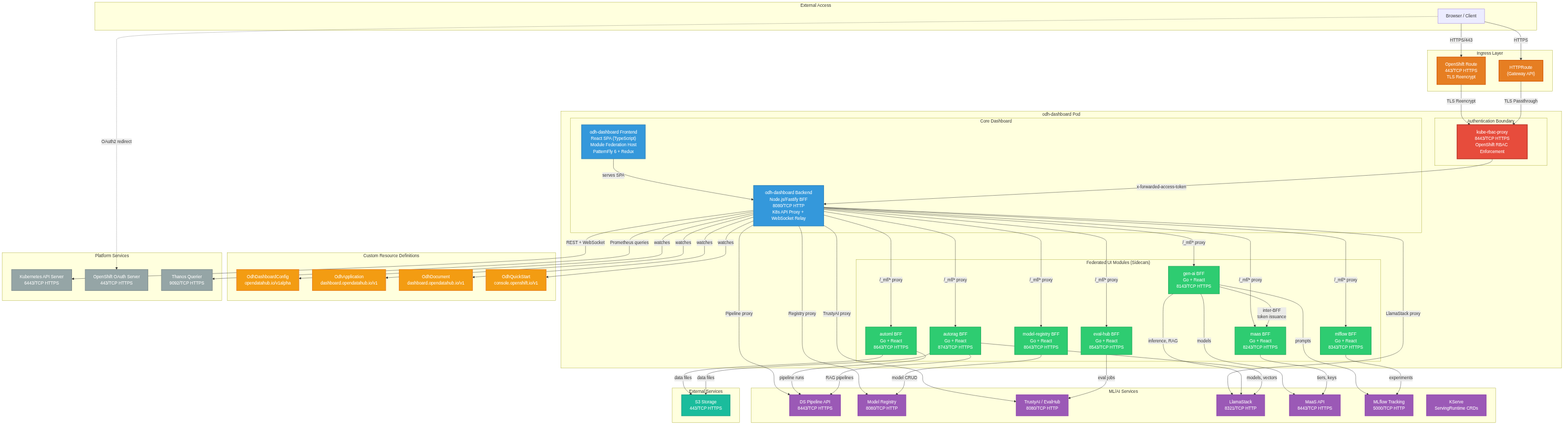
Before: architecture/rhoai.next/diagrams/odh-dashboard-component.png, a diagram exported from Mermaid (rhuss/architecture-context). Its source is kept beside it as architecture/rhoai.next/diagrams/odh-dashboard-component.mmd. Source of this version:
```mermaid
graph TB
    subgraph External["External Access"]
        Browser[Browser / Client]
    end

    subgraph IngressLayer["Ingress Layer"]
        Route["OpenShift Route<br/>443/TCP HTTPS<br/>TLS Reencrypt"]
        HTTPRoute["HTTPRoute<br/>(Gateway API)"]
    end

    subgraph Pod["odh-dashboard Pod"]
        direction TB

        subgraph AuthProxy["Authentication Boundary"]
            KRBP["kube-rbac-proxy<br/>8443/TCP HTTPS<br/>OpenShift RBAC Enforcement"]
        end

        subgraph CoreDashboard["Core Dashboard"]
            Frontend["odh-dashboard Frontend<br/>React SPA (TypeScript)<br/>Module Federation Host<br/>PatternFly 6 + Redux"]
            Backend["odh-dashboard Backend<br/>Node.js/Fastify BFF<br/>8080/TCP HTTP<br/>K8s API Proxy + WebSocket Relay"]
            Frontend -->|"serves SPA"| Backend
        end

        subgraph FederatedModules["Federated UI Modules (Sidecars)"]
            GenAI["gen-ai BFF<br/>Go + React<br/>8143/TCP HTTPS"]
            MaaS["maas BFF<br/>Go + React<br/>8243/TCP HTTPS"]
            AutoML["automl BFF<br/>Go + React<br/>8643/TCP HTTPS"]
            AutoRAG["autorag BFF<br/>Go + React<br/>8743/TCP HTTPS"]
            EvalHub["eval-hub BFF<br/>Go + React<br/>8543/TCP HTTPS"]
            MLflow["mlflow BFF<br/>Go + React<br/>8343/TCP HTTPS"]
            ModelReg["model-registry BFF<br/>Go + React<br/>8043/TCP HTTPS"]
        end

        KRBP -->|"x-forwarded-access-token"| Backend
        Backend -->|"/_mf/* proxy"| GenAI
        Backend -->|"/_mf/* proxy"| MaaS
        Backend -->|"/_mf/* proxy"| AutoML
        Backend -->|"/_mf/* proxy"| AutoRAG
        Backend -->|"/_mf/* proxy"| EvalHub
        Backend -->|"/_mf/* proxy"| MLflow
        Backend -->|"/_mf/* proxy"| ModelReg
        GenAI -->|"inter-BFF<br/>token issuance"| MaaS
    end

    subgraph CRDs["Custom Resource Definitions"]
        OdhDashboardConfig["OdhDashboardConfig<br/>opendatahub.io/v1alpha"]
        OdhApplication["OdhApplication<br/>dashboard.opendatahub.io/v1"]
        OdhDocument["OdhDocument<br/>dashboard.opendatahub.io/v1"]
        OdhQuickStart["OdhQuickStart<br/>console.openshift.io/v1"]
    end

    subgraph PlatformServices["Platform Services"]
        K8sAPI["Kubernetes API Server<br/>6443/TCP HTTPS"]
        OAuth["OpenShift OAuth Server<br/>443/TCP HTTPS"]
        Thanos["Thanos Querier<br/>9092/TCP HTTPS"]
    end

    subgraph MLServices["ML/AI Services"]
        DSPipelines["DS Pipeline API<br/>8443/TCP HTTPS"]
        ModelRegSvc["Model Registry<br/>8080/TCP HTTP"]
        TrustyAI["TrustyAI / EvalHub<br/>8080/TCP HTTP"]
        LlamaStack["LlamaStack<br/>8321/TCP HTTP"]
        MaaSAPI["MaaS API<br/>8443/TCP HTTPS"]
        MLflowSvc["MLflow Tracking<br/>5000/TCP HTTP"]
        KServe["KServe<br/>ServingRuntime CRDs"]
    end

    subgraph ExternalSvc["External Services"]
        S3["S3 Storage<br/>443/TCP HTTPS"]
    end

    Browser -->|"HTTPS/443"| Route
    Browser -->|"HTTPS"| HTTPRoute
    Route -->|"TLS Reencrypt"| KRBP
    HTTPRoute -->|"TLS Passthrough"| KRBP

    Browser -.->|"OAuth2 redirect"| OAuth

    Backend -->|"watches"| OdhDashboardConfig
    Backend -->|"watches"| OdhApplication
    Backend -->|"watches"| OdhDocument
    Backend -->|"watches"| OdhQuickStart

    Backend -->|"REST + WebSocket"| K8sAPI
    Backend -->|"Prometheus queries"| Thanos
    Backend -->|"Pipeline proxy"| DSPipelines
    Backend -->|"Registry proxy"| ModelRegSvc
    Backend -->|"TrustyAI proxy"| TrustyAI
    Backend -->|"LlamaStack proxy"| LlamaStack

    GenAI -->|"inference, RAG"| LlamaStack
    GenAI -->|"prompts"| MLflowSvc
    GenAI -->|"models"| MaaSAPI
    MaaS -->|"tiers, keys"| MaaSAPI
    AutoML -->|"pipeline runs"| DSPipelines
    AutoML -->|"data files"| S3
    AutoRAG -->|"RAG pipelines"| DSPipelines
    AutoRAG -->|"models, vectors"| LlamaStack
    AutoRAG -->|"data files"| S3
    EvalHub -->|"eval jobs"| TrustyAI
    MLflow -->|"experiments"| MLflowSvc
    ModelReg -->|"model CRUD"| ModelRegSvc

    classDef authProxy fill:#e74c3c,stroke:#c0392b,stroke-width:3px,color:#fff
    classDef core fill:#3498db,stroke:#2980b9,stroke-width:2px,color:#fff
    classDef federated fill:#2ecc71,stroke:#27ae60,stroke-width:2px,color:#fff
    classDef crd fill:#f39c12,stroke:#e67e22,stroke-width:2px,color:#fff
    classDef platform fill:#95a5a6,stroke:#7f8c8d,stroke-width:2px,color:#fff
    classDef mlservice fill:#9b59b6,stroke:#8e44ad,stroke-width:2px,color:#fff
    classDef external fill:#1abc9c,stroke:#16a085,stroke-width:2px,color:#fff
    classDef ingress fill:#e67e22,stroke:#d35400,stroke-width:2px,color:#fff

    class KRBP authProxy
    class Frontend,Backend core
    class GenAI,MaaS,AutoML,AutoRAG,EvalHub,MLflow,ModelReg federated
    class OdhDashboardConfig,OdhApplication,OdhDocument,OdhQuickStart crd
    class K8sAPI,OAuth,Thanos platform
    class DSPipelines,ModelRegSvc,TrustyAI,LlamaStack,MaaSAPI,MLflowSvc,KServe mlservice
    class S3 external
    class Route,HTTPRoute ingress
```
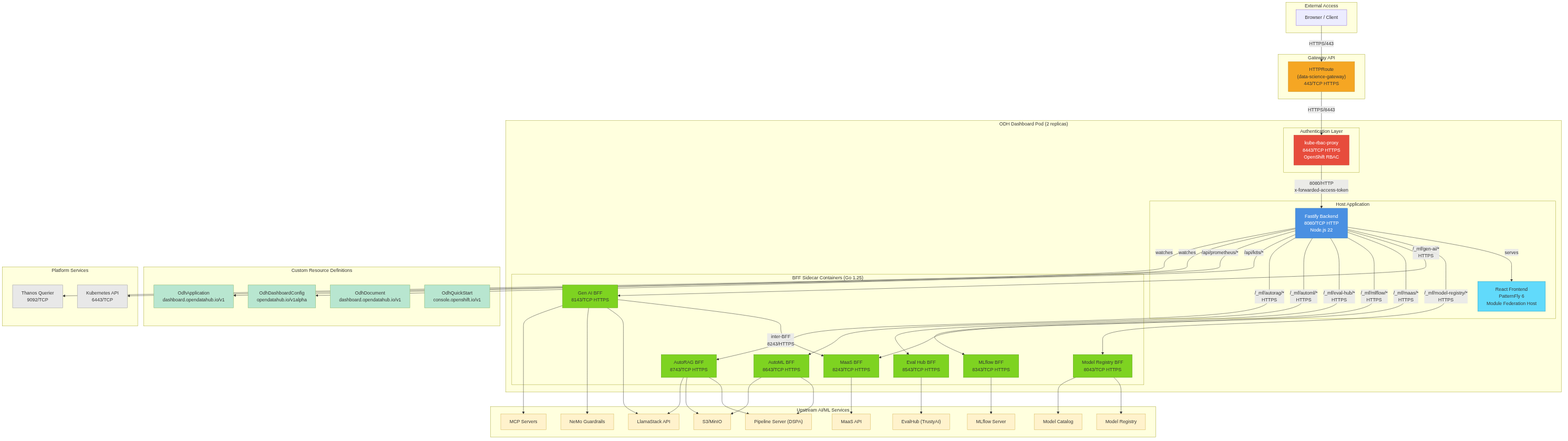
After the commit.

The edit, as a diff of the source:
```diff
@@ -3,43 +3,42 @@
         Browser[Browser / Client]
     end
 
-    subgraph IngressLayer["Ingress Layer"]
-        Route["OpenShift Route<br/>443/TCP HTTPS<br/>TLS Reencrypt"]
-        HTTPRoute["HTTPRoute<br/>(Gateway API)"]
+    subgraph Gateway["Gateway API"]
+        HTTPRoute["HTTPRoute<br/>(data-science-gateway)<br/>443/TCP HTTPS"]
     end
 
-    subgraph Pod["odh-dashboard Pod"]
+    subgraph DashboardPod["ODH Dashboard Pod (2 replicas)"]
         direction TB
 
-        subgraph AuthProxy["Authentication Boundary"]
-            KRBP["kube-rbac-proxy<br/>8443/TCP HTTPS<br/>OpenShift RBAC Enforcement"]
+        subgraph AuthProxy["Authentication Layer"]
+            KubeRBACProxy["kube-rbac-proxy<br/>8443/TCP HTTPS<br/>OpenShift RBAC"]
         end
 
-        subgraph CoreDashboard["Core Dashboard"]
-            Frontend["odh-dashboard Frontend<br/>React SPA (TypeScript)<br/>Module Federation Host<br/>PatternFly 6 + Redux"]
-            Backend["odh-dashboard Backend<br/>Node.js/Fastify BFF<br/>8080/TCP HTTP<br/>K8s API Proxy + WebSocket Relay"]
-            Frontend -->|"serves SPA"| Backend
+        subgraph HostApp["Host Application"]
+            Fastify["Fastify Backend<br/>8080/TCP HTTP<br/>Node.js 22"]
+            ReactFrontend["React Frontend<br/>PatternFly 6<br/>Module Federation Host"]
+            Fastify -->|serves| ReactFrontend
         end
 
-        subgraph FederatedModules["Federated UI Modules (Sidecars)"]
-            GenAI["gen-ai BFF<br/>Go + React<br/>8143/TCP HTTPS"]
-            MaaS["maas BFF<br/>Go + React<br/>8243/TCP HTTPS"]
-            AutoML["automl BFF<br/>Go + React<br/>8643/TCP HTTPS"]
-            AutoRAG["autorag BFF<br/>Go + React<br/>8743/TCP HTTPS"]
-            EvalHub["eval-hub BFF<br/>Go + React<br/>8543/TCP HTTPS"]
-            MLflow["mlflow BFF<br/>Go + React<br/>8343/TCP HTTPS"]
-            ModelReg["model-registry BFF<br/>Go + React<br/>8043/TCP HTTPS"]
+        subgraph BFFSidecars["BFF Sidecar Containers (Go 1.25)"]
+            MR_BFF["Model Registry BFF<br/>8043/TCP HTTPS"]
+            GenAI_BFF["Gen AI BFF<br/>8143/TCP HTTPS"]
+            MaaS_BFF["MaaS BFF<br/>8243/TCP HTTPS"]
+            MLflow_BFF["MLflow BFF<br/>8343/TCP HTTPS"]
+            EvalHub_BFF["Eval Hub BFF<br/>8543/TCP HTTPS"]
+            AutoML_BFF["AutoML BFF<br/>8643/TCP HTTPS"]
+            AutoRAG_BFF["AutoRAG BFF<br/>8743/TCP HTTPS"]
         end
 
-        KRBP -->|"x-forwarded-access-token"| Backend
-        Backend -->|"/_mf/* proxy"| GenAI
-        Backend -->|"/_mf/* proxy"| MaaS
-        Backend -->|"/_mf/* proxy"| AutoML
-        Backend -->|"/_mf/* proxy"| AutoRAG
-        Backend -->|"/_mf/* proxy"| EvalHub
-        Backend -->|"/_mf/* proxy"| MLflow
-        Backend -->|"/_mf/* proxy"| ModelReg
-        GenAI -->|"inter-BFF<br/>token issuance"| MaaS
+        KubeRBACProxy -->|8080/HTTP<br/>x-forwarded-access-token| Fastify
+        Fastify -->|"/_mf/model-registry/*<br/>HTTPS"| MR_BFF
+        Fastify -->|"/_mf/gen-ai/*<br/>HTTPS"| GenAI_BFF
+        Fastify -->|"/_mf/maas/*<br/>HTTPS"| MaaS_BFF
+        Fastify -->|"/_mf/mlflow/*<br/>HTTPS"| MLflow_BFF
+        Fastify -->|"/_mf/eval-hub/*<br/>HTTPS"| EvalHub_BFF
+        Fastify -->|"/_mf/automl/*<br/>HTTPS"| AutoML_BFF
+        Fastify -->|"/_mf/autorag/*<br/>HTTPS"| AutoRAG_BFF
+        GenAI_BFF -->|"inter-BFF<br/>8243/HTTPS"| MaaS_BFF
     end
 
     subgraph CRDs["Custom Resource Definitions"]
@@ -50,71 +49,69 @@
     end
 
     subgraph PlatformServices["Platform Services"]
-        K8sAPI["Kubernetes API Server<br/>6443/TCP HTTPS"]
-        OAuth["OpenShift OAuth Server<br/>443/TCP HTTPS"]
-        Thanos["Thanos Querier<br/>9092/TCP HTTPS"]
+        K8sAPI["Kubernetes API<br/>6443/TCP"]
+        ThanosQuerier["Thanos Querier<br/>9092/TCP"]
     end
 
-    subgraph MLServices["ML/AI Services"]
-        DSPipelines["DS Pipeline API<br/>8443/TCP HTTPS"]
-        ModelRegSvc["Model Registry<br/>8080/TCP HTTP"]
-        TrustyAI["TrustyAI / EvalHub<br/>8080/TCP HTTP"]
-        LlamaStack["LlamaStack<br/>8321/TCP HTTP"]
-        MaaSAPI["MaaS API<br/>8443/TCP HTTPS"]
-        MLflowSvc["MLflow Tracking<br/>5000/TCP HTTP"]
-        KServe["KServe<br/>ServingRuntime CRDs"]
+    subgraph UpstreamServices["Upstream AI/ML Services"]
+        LlamaStack["LlamaStack API"]
+        MaaSAPI["MaaS API"]
+        MLflowServer["MLflow Server"]
+        NeMo["NeMo Guardrails"]
+        PipelineServer["Pipeline Server (DSPA)"]
+        ModelRegistry["Model Registry"]
+        ModelCatalog["Model Catalog"]
+        EvalHubSvc["EvalHub (TrustyAI)"]
+        S3["S3/MinIO"]
+        MCPServers["MCP Servers"]
     end
 
-    subgraph ExternalSvc["External Services"]
-        S3["S3 Storage<br/>443/TCP HTTPS"]
-    end
+    Browser -->|HTTPS/443| HTTPRoute
+    HTTPRoute -->|HTTPS/8443| KubeRBACProxy
 
-    Browser -->|"HTTPS/443"| Route
-    Browser -->|"HTTPS"| HTTPRoute
-    Route -->|"TLS Reencrypt"| KRBP
-    HTTPRoute -->|"TLS Passthrough"| KRBP
+    Fastify -->|"/api/k8s/*"| K8sAPI
+    Fastify -->|"/api/prometheus/*"| ThanosQuerier
+    Fastify -->|watches| OdhDashboardConfig
+    Fastify -->|watches| OdhApplication
 
-    Browser -.->|"OAuth2 redirect"| OAuth
+    MR_BFF --> ModelRegistry
+    MR_BFF --> ModelCatalog
+    GenAI_BFF --> LlamaStack
+    GenAI_BFF --> NeMo
+    GenAI_BFF --> MCPServers
+    MaaS_BFF --> MaaSAPI
+    MLflow_BFF --> MLflowServer
+    EvalHub_BFF --> EvalHubSvc
+    AutoML_BFF --> PipelineServer
+    AutoML_BFF --> S3
+    AutoRAG_BFF --> PipelineServer
+    AutoRAG_BFF --> S3
+    AutoRAG_BFF --> LlamaStack
 
-    Backend -->|"watches"| OdhDashboardConfig
-    Backend -->|"watches"| OdhApplication
-    Backend -->|"watches"| OdhDocument
-    Backend -->|"watches"| OdhQuickStart
-
-    Backend -->|"REST + WebSocket"| K8sAPI
-    Backend -->|"Prometheus queries"| Thanos
-    Backend -->|"Pipeline proxy"| DSPipelines
-    Backend -->|"Registry proxy"| ModelRegSvc
-    Backend -->|"TrustyAI proxy"| TrustyAI
-    Backend -->|"LlamaStack proxy"| LlamaStack
-
-    GenAI -->|"inference, RAG"| LlamaStack
-    GenAI -->|"prompts"| MLflowSvc
-    GenAI -->|"models"| MaaSAPI
-    MaaS -->|"tiers, keys"| MaaSAPI
-    AutoML -->|"pipeline runs"| DSPipelines
-    AutoML -->|"data files"| S3
-    AutoRAG -->|"RAG pipelines"| DSPipelines
-    AutoRAG -->|"models, vectors"| LlamaStack
-    AutoRAG -->|"data files"| S3
-    EvalHub -->|"eval jobs"| TrustyAI
-    MLflow -->|"experiments"| MLflowSvc
-    ModelReg -->|"model CRUD"| ModelRegSvc
-
-    classDef authProxy fill:#e74c3c,stroke:#c0392b,stroke-width:3px,color:#fff
-    classDef core fill:#3498db,stroke:#2980b9,stroke-width:2px,color:#fff
-    classDef federated fill:#2ecc71,stroke:#27ae60,stroke-width:2px,color:#fff
-    classDef crd fill:#f39c12,stroke:#e67e22,stroke-width:2px,color:#fff
-    classDef platform fill:#95a5a6,stroke:#7f8c8d,stroke-width:2px,color:#fff
-    classDef mlservice fill:#9b59b6,stroke:#8e44ad,stroke-width:2px,color:#fff
-    classDef external fill:#1abc9c,stroke:#16a085,stroke-width:2px,color:#fff
-    classDef ingress fill:#e67e22,stroke:#d35400,stroke-width:2px,color:#fff
-
-    class KRBP authProxy
-    class Frontend,Backend core
-    class GenAI,MaaS,AutoML,AutoRAG,EvalHub,MLflow,ModelReg federated
-    class OdhDashboardConfig,OdhApplication,OdhDocument,OdhQuickStart crd
-    class K8sAPI,OAuth,Thanos platform
-    class DSPipelines,ModelRegSvc,TrustyAI,LlamaStack,MaaSAPI,MLflowSvc,KServe mlservice
-    class S3 external
-    class Route,HTTPRoute ingress
+    style KubeRBACProxy fill:#e74c3c,stroke:#c0392b,color:#fff
+    style Fastify fill:#4a90e2,stroke:#357abd,color:#fff
+    style ReactFrontend fill:#61dafb,stroke:#21a1c4,color:#333
+    style MR_BFF fill:#7ed321,stroke:#5da017,color:#333
+    style GenAI_BFF fill:#7ed321,stroke:#5da017,color:#333
+    style MaaS_BFF fill:#7ed321,stroke:#5da017,color:#333
+    style MLflow_BFF fill:#7ed321,stroke:#5da017,color:#333
+    style EvalHub_BFF fill:#7ed321,stroke:#5da017,color:#333
+    style AutoML_BFF fill:#7ed321,stroke:#5da017,color:#333
+    style AutoRAG_BFF fill:#7ed321,stroke:#5da017,color:#333
+    style HTTPRoute fill:#f5a623,stroke:#c78b1c,color:#333
+    style OdhDashboardConfig fill:#b8e6d0,stroke:#82b366
+    style OdhApplication fill:#b8e6d0,stroke:#82b366
+    style OdhDocument fill:#b8e6d0,stroke:#82b366
+    style OdhQuickStart fill:#b8e6d0,stroke:#82b366
+    style K8sAPI fill:#e8e8e8,stroke:#999
+    style ThanosQuerier fill:#e8e8e8,stroke:#999
+    style LlamaStack fill:#fff2cc,stroke:#d6b656
+    style MaaSAPI fill:#fff2cc,stroke:#d6b656
+    style MLflowServer fill:#fff2cc,stroke:#d6b656
+    style NeMo fill:#fff2cc,stroke:#d6b656
+    style PipelineServer fill:#fff2cc,stroke:#d6b656
+    style ModelRegistry fill:#fff2cc,stroke:#d6b656
+    style ModelCatalog fill:#fff2cc,stroke:#d6b656
+    style EvalHubSvc fill:#fff2cc,stroke:#d6b656
+    style S3 fill:#fff2cc,stroke:#d6b656
+    style MCPServers fill:#fff2cc,stroke:#d6b656
```
